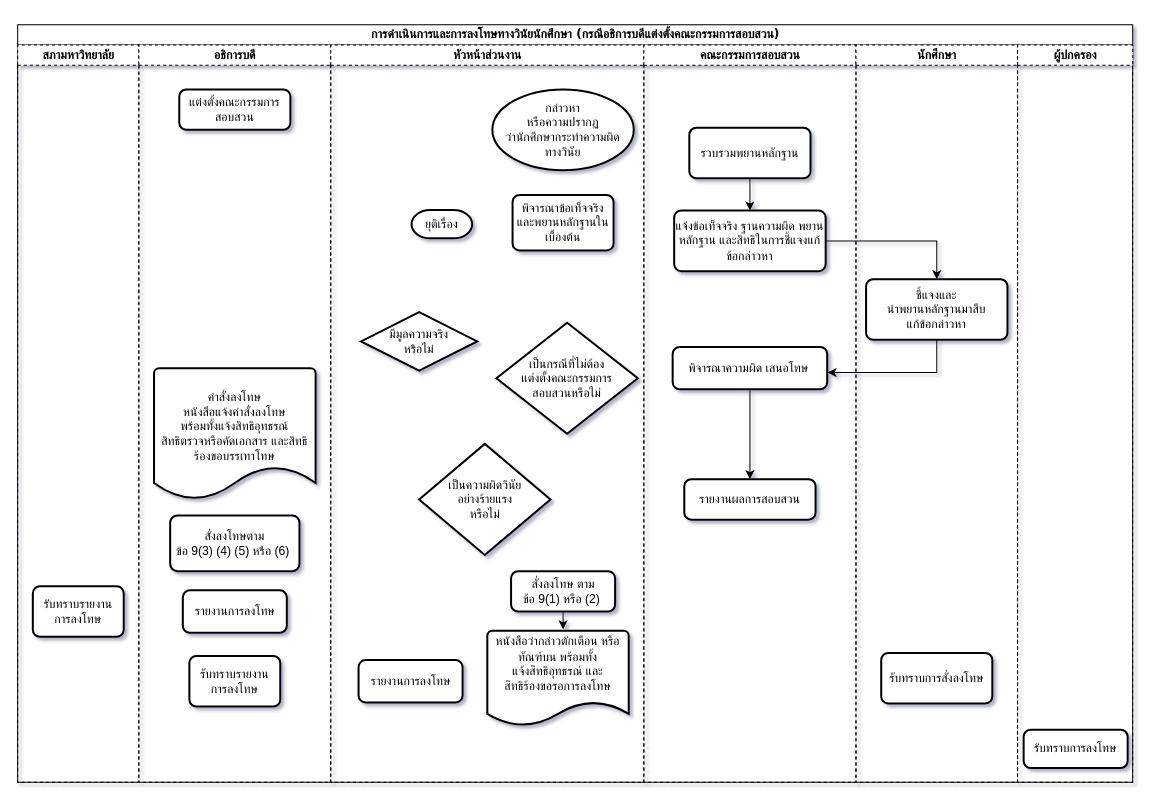
This is flow_vinai_president.drawio from ninjacharlee/test, a draw.io file, before an edit. Source tidied: cells renumbered, new cells numbered last; positions are measured from the earlier drawing's top-left corner, leaving out a move shared by most shapes. Both pictures are drawn from the tidied source at 101%, with x=0, y=0 at pixel (17, 24).
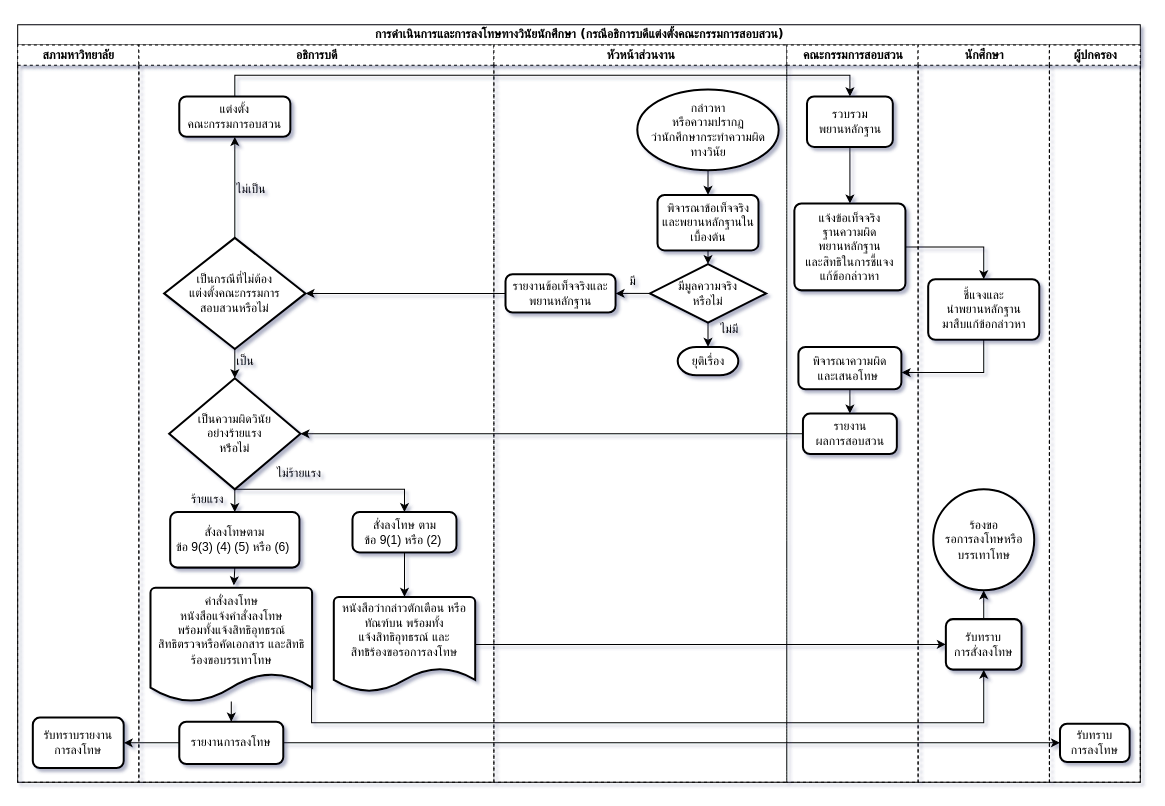
The same diagram, later.

Unchanged cells that the change refers to:
```xml
<mxCell id="3" value="สภามหาวิทยาลัย" style="swimlane;html=1;startSize=20;dashed=1;" parent="2" vertex="1">
  <mxGeometry y="20" width="120" height="730" as="geometry" />
</mxCell>
```

The edit, as a diff of the source:
```diff
@@
     <mxCell id="2" value="&lt;h2&gt;การดำเนินการและการลงโทษทางวินัยนักศึกษา (กรณีอธิการบดีแต่งตั้งคณะกรรมการสอบสวน)&lt;/h2&gt;" style="swimlane;html=1;startSize=20;rounded=0;shadow=0;labelBackgroundColor=none;strokeColor=#000000;strokeWidth=1;fillColor=#ffffff;fontFamily=Verdana;fontSize=8;fontColor=#000000;align=center;" parent="1" vertex="1">
-      <mxGeometry width="1104" height="750" as="geometry" />
+      <mxGeometry width="1111.5" height="750" as="geometry" />
     </mxCell>
@@
     <mxCell id="4" value="รับทราบรายงาน&lt;br&gt;การลงโทษ" style="rounded=1;whiteSpace=wrap;html=1;absoluteArcSize=1;arcSize=14;strokeWidth=2;shadow=0;glass=0;comic=0;gradientColor=none;" parent="3" vertex="1">
-      <mxGeometry x="15" y="536" width="90" height="50" as="geometry" />
+      <mxGeometry x="15" y="666" width="90" height="50" as="geometry" />
     </mxCell>
     <mxCell id="5" value="อธิการบดี" style="swimlane;html=1;startSize=20;dashed=1;" parent="2" vertex="1">
-      <mxGeometry x="120" y="20" width="190" height="730" as="geometry" />
+      <mxGeometry x="120" y="20" width="351.5" height="730" as="geometry" />
     </mxCell>
+    <mxCell id="36" style="edgeStyle=orthogonalEdgeStyle;rounded=0;jettySize=auto;html=1;exitX=0.5;exitY=1;exitDx=0;exitDy=0;entryX=0.516;entryY=-0.022;entryDx=0;entryDy=0;entryPerimeter=0;" parent="5" edge="1" source="6" target="7">
+      <mxGeometry relative="1" as="geometry" />
+    </mxCell>
     <mxCell id="6" value="สั่งลงโทษตาม&lt;br&gt;ข้อ 9(3) (4) (5) หรือ (6)&amp;nbsp;" style="rounded=1;whiteSpace=wrap;html=1;absoluteArcSize=1;arcSize=14;strokeWidth=2;" parent="5" vertex="1">
-      <mxGeometry x="31" y="466" width="128" height="55" as="geometry" />
+      <mxGeometry x="31" y="462.5" width="128" height="55" as="geometry" />
     </mxCell>
+    <mxCell id="37" style="edgeStyle=orthogonalEdgeStyle;rounded=0;jettySize=auto;html=1;" parent="5" edge="1" source="7" target="8">
+      <mxGeometry relative="1" as="geometry" />
+    </mxCell>
-    <mxCell id="7" value="คำสั่งลงโทษ&lt;br&gt;หนังสือแจ้งคำสั่งลงโทษ&lt;br&gt;พร้อมทั้งแจ้งสิทธิอุทธรณ์ &lt;br&gt;สิทธิตรวจหรือคัดเอกสาร และสิทธิร้องขอบรรเทาโทษ&lt;br&gt;&lt;br&gt;" style="strokeWidth=2;html=1;shape=mxgraph.flowchart.document2;whiteSpace=wrap;size=0.25;" parent="5" vertex="1">
-      <mxGeometry x="15" y="320" width="160" height="130" as="geometry" />
+    <mxCell id="7" value="คำสั่งลงโทษ&lt;br&gt;หนังสือแจ้งคำสั่งลงโทษ&lt;br&gt;พร้อมทั้งแจ้งสิทธิอุทธรณ์ &lt;br&gt;สิทธิตรวจหรือคัดเอกสาร และสิทธิร้องขอบรรเทาโทษ&lt;br&gt;&lt;br&gt;&lt;br&gt;" style="strokeWidth=2;html=1;shape=mxgraph.flowchart.document2;whiteSpace=wrap;size=0.25;" parent="5" vertex="1">
+      <mxGeometry x="11.5" y="537.5" width="160" height="113" as="geometry" />
     </mxCell>
     <mxCell id="8" value="รายงานการลงโทษ" style="rounded=1;whiteSpace=wrap;html=1;absoluteArcSize=1;arcSize=14;strokeWidth=2;shadow=0;glass=0;comic=0;gradientColor=none;" parent="5" vertex="1">
-      <mxGeometry x="43.5" y="540" width="103" height="42" as="geometry" />
+      <mxGeometry x="40" y="670" width="103" height="42" as="geometry" />
     </mxCell>
-    <mxCell id="9" value="รับทราบรายงาน&lt;br&gt;การลงโทษ" style="rounded=1;whiteSpace=wrap;html=1;absoluteArcSize=1;arcSize=14;strokeWidth=2;shadow=0;glass=0;comic=0;gradientColor=none;" parent="5" vertex="1">
-      <mxGeometry x="50" y="605" width="90" height="50" as="geometry" />
-    </mxCell>
-    <mxCell id="10" value="แต่งตั้งคณะกรรมการสอบสวน" style="rounded=1;whiteSpace=wrap;html=1;absoluteArcSize=1;arcSize=14;strokeWidth=2;shadow=0;glass=0;comic=0;gradientColor=none;" parent="5" vertex="1">
-      <mxGeometry x="40" y="44" width="110" height="40" as="geometry" />
+    <mxCell id="10" value="แต่งตั้ง&lt;br&gt;คณะกรรมการอบสวน" style="rounded=1;whiteSpace=wrap;html=1;absoluteArcSize=1;arcSize=14;strokeWidth=2;shadow=0;glass=0;comic=0;gradientColor=none;" parent="5" vertex="1">
+      <mxGeometry x="40" y="51" width="110" height="40" as="geometry" />
     </mxCell>
+    <mxCell id="38" style="edgeStyle=orthogonalEdgeStyle;rounded=0;jettySize=auto;html=1;exitX=0.5;exitY=0;exitDx=0;exitDy=0;exitPerimeter=0;entryX=0.5;entryY=1;entryDx=0;entryDy=0;" parent="5" edge="1" source="16" target="10">
+      <mxGeometry relative="1" as="geometry" />
+    </mxCell>
+    <mxCell id="39" style="edgeStyle=orthogonalEdgeStyle;rounded=0;jettySize=auto;html=1;entryX=0.5;entryY=0;entryDx=0;entryDy=0;entryPerimeter=0;" parent="5" edge="1" source="16" target="17">
+      <mxGeometry relative="1" as="geometry" />
+    </mxCell>
+    <mxCell id="16" value="เป็นกรณีที่ไม่ต้อง&lt;br&gt;แต่งตั้งคณะกรรมการ&lt;br&gt;สอบสวนหรือไม่" style="strokeWidth=2;html=1;shape=mxgraph.flowchart.decision;whiteSpace=wrap;" parent="5" vertex="1">
+      <mxGeometry x="25" y="191" width="140" height="110" as="geometry" />
+    </mxCell>
+    <mxCell id="40" style="edgeStyle=orthogonalEdgeStyle;rounded=0;jettySize=auto;html=1;entryX=0.5;entryY=0;entryDx=0;entryDy=0;" parent="5" edge="1" source="17" target="6">
+      <mxGeometry relative="1" as="geometry" />
+    </mxCell>
+    <mxCell id="17" value="เป็นความผิดวินัย&lt;br&gt;อย่างร้ายแรง&lt;br&gt;หรือไม่" style="strokeWidth=2;html=1;shape=mxgraph.flowchart.decision;whiteSpace=wrap;" parent="5" vertex="1">
+      <mxGeometry x="30" y="330" width="130" height="110" as="geometry" />
+    </mxCell>
+    <mxCell id="41" value="ร้ายแรง" style="text;html=1;align=left;verticalAlign=top;spacingTop=-4;" parent="5" vertex="1">
+      <mxGeometry x="50" y="440" width="50" height="20" as="geometry" />
+    </mxCell>
+    <mxCell id="19" value="สั่งลงโทษ ตาม&lt;br&gt;ข้อ 9(1) หรือ (2)&amp;nbsp;" style="rounded=1;whiteSpace=wrap;html=1;absoluteArcSize=1;arcSize=14;strokeWidth=2;" parent="5" vertex="1">
+      <mxGeometry x="211.5" y="462.5" width="103" height="40" as="geometry" />
+    </mxCell>
+    <mxCell id="42" style="edgeStyle=orthogonalEdgeStyle;rounded=0;jettySize=auto;html=1;exitX=0.5;exitY=1;exitDx=0;exitDy=0;exitPerimeter=0;entryX=0.5;entryY=0;entryDx=0;entryDy=0;" parent="5" edge="1" source="17" target="19">
+      <mxGeometry relative="1" as="geometry">
+        <Array as="points">
+          <mxPoint x="263" y="440" />
+        </Array>
+      </mxGeometry>
+    </mxCell>
+    <mxCell id="20" value="หนังสือว่ากล่าวตักเตือน หรือทัณฑ์บน พร้อมทั้ง&lt;br&gt;แจ้งสิทธิอุทธรณ์ และ&lt;br&gt;สิทธิร้องขอรอการลงโทษ&lt;br&gt;&lt;br&gt;&lt;br&gt;" style="strokeWidth=2;html=1;shape=mxgraph.flowchart.document2;whiteSpace=wrap;size=0.25;rounded=0;shadow=0;glass=0;comic=0;gradientColor=none;" parent="5" vertex="1">
+      <mxGeometry x="193" y="546.5" width="140" height="94" as="geometry" />
+    </mxCell>
+    <mxCell id="18" style="edgeStyle=orthogonalEdgeStyle;rounded=0;jettySize=auto;html=1;exitX=0.5;exitY=1;exitDx=0;exitDy=0;" parent="5" edge="1" source="19" target="20">
+      <mxGeometry relative="1" as="geometry" />
+    </mxCell>
+    <mxCell id="43" value="เป็น" style="text;html=1;align=left;verticalAlign=top;spacingTop=-4;" parent="5" vertex="1">
+      <mxGeometry x="95" y="303" width="30" height="20" as="geometry" />
+    </mxCell>
+    <mxCell id="44" value="ไม่เป็น" style="text;html=1;align=left;verticalAlign=top;spacingTop=-4;" parent="5" vertex="1">
+      <mxGeometry x="95" y="133" width="50" height="20" as="geometry" />
+    </mxCell>
-    <mxCell id="11" value="หัวหน้าส่วนงาน" style="swimlane;html=1;startSize=20;dashed=1;" parent="2" vertex="1">
-      <mxGeometry x="310" y="20" width="310" height="730" as="geometry" />
+    <mxCell id="11" value="หัวหน้าส่วนงาน" style="swimlane;html=1;startSize=20;dashed=1;noLabel=0;overflow=visible;direction=east;rounded=0;shadow=0;glass=0;comic=0;gradientColor=none;labelBackgroundColor=none;labelBorderColor=none;fixDash=0;" parent="2" vertex="1">
+      <mxGeometry x="471.5" y="20" width="290" height="730" as="geometry" />
     </mxCell>
+    <mxCell id="45" style="edgeStyle=orthogonalEdgeStyle;rounded=0;jettySize=auto;html=1;entryX=0.5;entryY=0;entryDx=0;entryDy=0;" parent="11" edge="1" source="12" target="13">
+      <mxGeometry relative="1" as="geometry" />
+    </mxCell>
     <mxCell id="12" value="กล่าวหา&lt;br&gt;หรือความปรากฏ&lt;br&gt;ว่านักศึกษากระทำความผิด&lt;br&gt;ทางวินัย" style="strokeWidth=2;html=1;shape=mxgraph.flowchart.start_1;whiteSpace=wrap;" parent="11" vertex="1">
-      <mxGeometry x="160" y="44" width="140" height="80" as="geometry" />
+      <mxGeometry x="142" y="44" width="140" height="80" as="geometry" />
     </mxCell>
+    <mxCell id="46" style="edgeStyle=orthogonalEdgeStyle;rounded=0;jettySize=auto;html=1;exitX=0.5;exitY=1;exitDx=0;exitDy=0;entryX=0.5;entryY=0;entryDx=0;entryDy=0;entryPerimeter=0;" parent="11" edge="1" source="13" target="14">
+      <mxGeometry relative="1" as="geometry" />
+    </mxCell>
     <mxCell id="13" value="พิจารณาข้อเท็จจริงและพยานหลักฐานในเบื้องต้น" style="rounded=1;whiteSpace=wrap;html=1;absoluteArcSize=1;arcSize=14;strokeWidth=2;" parent="11" vertex="1">
-      <mxGeometry x="180" y="148.5" width="100" height="55" as="geometry" />
+      <mxGeometry x="162" y="148.5" width="100" height="55" as="geometry" />
     </mxCell>
+    <mxCell id="47" style="edgeStyle=orthogonalEdgeStyle;rounded=0;jettySize=auto;html=1;exitX=0.5;exitY=1;exitDx=0;exitDy=0;exitPerimeter=0;entryX=0.5;entryY=0;entryDx=0;entryDy=0;entryPerimeter=0;" parent="11" edge="1" source="14" target="15">
+      <mxGeometry relative="1" as="geometry" />
+    </mxCell>
+    <mxCell id="48" style="edgeStyle=orthogonalEdgeStyle;rounded=0;jettySize=auto;html=1;exitX=0;exitY=0.5;exitDx=0;exitDy=0;exitPerimeter=0;entryX=1;entryY=0.5;entryDx=0;entryDy=0;" parent="11" edge="1" source="14" target="49">
+      <mxGeometry relative="1" as="geometry" />
+    </mxCell>
     <mxCell id="14" value="มีมูลความจริง&lt;br&gt;หรือไม่" style="strokeWidth=2;html=1;shape=mxgraph.flowchart.decision;whiteSpace=wrap;" parent="11" vertex="1">
-      <mxGeometry x="30" y="264.5" width="115" height="58" as="geometry" />
+      <mxGeometry x="154.5" y="217" width="115" height="58" as="geometry" />
     </mxCell>
     <mxCell id="15" value="ยุติเรื่อง" style="strokeWidth=2;html=1;shape=mxgraph.flowchart.terminator;whiteSpace=wrap;" parent="11" vertex="1">
-      <mxGeometry x="80" y="163.5" width="60" height="28" as="geometry" />
+      <mxGeometry x="182" y="299" width="60" height="28" as="geometry" />
     </mxCell>
-    <mxCell id="16" value="เป็นกรณีที่ไม่ต้อง&lt;br&gt;แต่งตั้งคณะกรรมการ&lt;br&gt;สอบสวนหรือไม่" style="strokeWidth=2;html=1;shape=mxgraph.flowchart.decision;whiteSpace=wrap;" parent="11" vertex="1">
-      <mxGeometry x="164" y="275" width="140" height="110" as="geometry" />
-    </mxCell>
-    <mxCell id="17" value="เป็นความผิดวินัย&lt;br&gt;อย่างร้ายแรง&lt;br&gt;หรือไม่" style="strokeWidth=2;html=1;shape=mxgraph.flowchart.decision;whiteSpace=wrap;" parent="11" vertex="1">
-      <mxGeometry x="87.5" y="395" width="130" height="110" as="geometry" />
-    </mxCell>
-    <mxCell id="18" style="edgeStyle=orthogonalEdgeStyle;rounded=0;jettySize=auto;html=1;exitX=0.5;exitY=1;exitDx=0;exitDy=0;entryX=0.536;entryY=-0.014;entryDx=0;entryDy=0;entryPerimeter=0;" parent="11" edge="1" source="19" target="20">
-      <mxGeometry relative="1" as="geometry" />
-    </mxCell>
-    <mxCell id="19" value="สั่งลงโทษ ตาม&lt;br&gt;ข้อ 9(1) หรือ (2)&amp;nbsp;" style="rounded=1;whiteSpace=wrap;html=1;absoluteArcSize=1;arcSize=14;strokeWidth=2;" parent="11" vertex="1">
-      <mxGeometry x="178.5" y="521" width="103" height="40" as="geometry" />
-    </mxCell>
-    <mxCell id="20" value="หนังสือว่ากล่าวตักเตือน หรือทัณฑ์บน พร้อมทั้ง&lt;br&gt;แจ้งสิทธิอุทธรณ์ และ&lt;br&gt;สิทธิร้องขอรอการลงโทษ&lt;br&gt;&lt;br&gt;&lt;br&gt;" style="strokeWidth=2;html=1;shape=mxgraph.flowchart.document2;whiteSpace=wrap;size=0.25;rounded=0;shadow=0;glass=0;comic=0;gradientColor=none;" parent="11" vertex="1">
-      <mxGeometry x="155" y="580" width="140" height="94" as="geometry" />
-    </mxCell>
-    <mxCell id="21" value="รายงานการลงโทษ" style="rounded=1;whiteSpace=wrap;html=1;absoluteArcSize=1;arcSize=14;strokeWidth=2;shadow=0;glass=0;comic=0;gradientColor=none;" parent="11" vertex="1">
-      <mxGeometry x="27.5" y="609" width="103" height="42" as="geometry" />
-    </mxCell>
+    <mxCell id="49" value="รายงานข้อเท็จจริงและพยานหลักฐาน" style="rounded=1;whiteSpace=wrap;html=1;absoluteArcSize=1;arcSize=14;strokeWidth=2;" parent="11" vertex="1">
+      <mxGeometry x="11.5" y="227" width="109" height="38" as="geometry" />
+    </mxCell>
+    <mxCell id="50" value="มี" style="text;html=1;align=left;verticalAlign=top;spacingTop=-4;" parent="11" vertex="1">
+      <mxGeometry x="132" y="224" width="20" height="20" as="geometry" />
+    </mxCell>
+    <mxCell id="51" value="ไม่มี" style="text;html=1;align=left;verticalAlign=top;spacingTop=-4;" parent="11" vertex="1">
+      <mxGeometry x="222" y="272" width="40" height="20" as="geometry" />
+    </mxCell>
     <mxCell id="22" value="คณะกรรมการสอบสวน" style="swimlane;html=1;startSize=20;dashed=1;" parent="2" vertex="1">
-      <mxGeometry x="620" y="20" width="210" height="730" as="geometry" />
+      <mxGeometry x="761.5" y="20" width="130" height="730" as="geometry" />
     </mxCell>
@@
-    <mxCell id="24" value="รวบรวมพยานหลักฐาน" style="rounded=1;whiteSpace=wrap;html=1;absoluteArcSize=1;arcSize=14;strokeWidth=2;" parent="22" vertex="1">
-      <mxGeometry x="45" y="82" width="120" height="50" as="geometry" />
+    <mxCell id="24" value="รวบรวม&lt;br&gt;พยานหลักฐาน" style="rounded=1;whiteSpace=wrap;html=1;absoluteArcSize=1;arcSize=14;strokeWidth=2;" parent="22" vertex="1">
+      <mxGeometry x="20" y="51" width="85" height="50" as="geometry" />
     </mxCell>
-    <mxCell id="25" value="แจ้งข้อเท็จจริง ฐานความผิด พยานหลักฐาน และสิทธิในการชี้แจงแก้ข้อกล่าวหา" style="rounded=1;whiteSpace=wrap;html=1;absoluteArcSize=1;arcSize=14;strokeWidth=2;" parent="22" vertex="1">
-      <mxGeometry x="30" y="164" width="150" height="60" as="geometry" />
+    <mxCell id="25" value="แจ้งข้อเท็จจริง &lt;br&gt;ฐานความผิด &lt;br&gt;พยานหลักฐาน &lt;br&gt;และสิทธิในการชี้แจง&lt;br&gt;แก้ข้อกล่าวหา" style="rounded=1;whiteSpace=wrap;html=1;absoluteArcSize=1;arcSize=14;strokeWidth=2;" parent="22" vertex="1">
+      <mxGeometry x="7.5" y="157" width="110" height="86" as="geometry" />
     </mxCell>
@@
-    <mxCell id="27" value="พิจารณาความผิด เสนอโทษ&amp;nbsp;" style="rounded=1;whiteSpace=wrap;html=1;absoluteArcSize=1;arcSize=14;strokeWidth=2;" parent="22" vertex="1">
-      <mxGeometry x="28.5" y="299" width="153" height="42" as="geometry" />
+    <mxCell id="27" value="พิจารณาความผิด &lt;br&gt;และเสนอโทษ&amp;nbsp;" style="rounded=1;whiteSpace=wrap;html=1;absoluteArcSize=1;arcSize=14;strokeWidth=2;" parent="22" vertex="1">
+      <mxGeometry x="11.5" y="299" width="102" height="42" as="geometry" />
     </mxCell>
-    <mxCell id="28" value="รายงานผลการสอบสวน" style="rounded=1;whiteSpace=wrap;html=1;absoluteArcSize=1;arcSize=14;strokeWidth=2;" parent="22" vertex="1">
-      <mxGeometry x="40" y="430" width="130" height="40" as="geometry" />
+    <mxCell id="28" value="รายงาน&lt;br&gt;ผลการสอบสวน" style="rounded=1;whiteSpace=wrap;html=1;absoluteArcSize=1;arcSize=14;strokeWidth=2;" parent="22" vertex="1">
+      <mxGeometry x="16" y="365" width="93" height="40" as="geometry" />
     </mxCell>
     <mxCell id="29" value="นักศึกษา" style="swimlane;html=1;startSize=20;dashed=1;" parent="2" vertex="1">
-      <mxGeometry x="830" y="20" width="160" height="730" as="geometry" />
+      <mxGeometry x="891.5" y="20" width="130" height="730" as="geometry" />
     </mxCell>
-    <mxCell id="30" value="ชี้แจงและ&lt;br&gt;นำพยานหลักฐานมาสืบ&lt;br&gt;แก้ข้อกล่าวหา" style="rounded=1;whiteSpace=wrap;html=1;absoluteArcSize=1;arcSize=14;strokeWidth=2;" parent="29" vertex="1">
-      <mxGeometry x="10" y="232" width="140" height="60" as="geometry" />
+    <mxCell id="30" value="ชี้แจงและ&lt;br&gt;นำพยานหลักฐาน&lt;br&gt;มาสืบแก้ข้อกล่าวหา" style="rounded=1;whiteSpace=wrap;html=1;absoluteArcSize=1;arcSize=14;strokeWidth=2;" parent="29" vertex="1">
+      <mxGeometry x="10" y="232" width="110" height="60" as="geometry" />
     </mxCell>
-    <mxCell id="31" value="รับทราบการสั่งลงโทษ" style="rounded=1;whiteSpace=wrap;html=1;absoluteArcSize=1;arcSize=14;strokeWidth=2;shadow=0;glass=0;comic=0;gradientColor=none;" parent="29" vertex="1">
-      <mxGeometry x="25" y="602" width="110" height="50" as="geometry" />
+    <mxCell id="31" value="รับทราบ&lt;br&gt;การสั่งลงโทษ" style="rounded=1;whiteSpace=wrap;html=1;absoluteArcSize=1;arcSize=14;strokeWidth=2;shadow=0;glass=0;comic=0;gradientColor=none;" parent="29" vertex="1">
+      <mxGeometry x="27.5" y="568.5" width="75" height="50" as="geometry" />
     </mxCell>
     <mxCell id="32" value="ผู้ปกครอง" style="swimlane;html=1;startSize=20;dashed=1;gradientColor=none;rounded=0;swimlaneLine=1;glass=0;comic=0;shadow=0;" parent="2" vertex="1">
-      <mxGeometry x="990" y="20" width="114" height="730" as="geometry" />
+      <mxGeometry x="1021.5" y="20" width="90" height="730" as="geometry" />
     </mxCell>
-    <mxCell id="33" value="รับทราบการลงโทษ" style="rounded=1;whiteSpace=wrap;html=1;absoluteArcSize=1;arcSize=14;strokeWidth=2;shadow=0;glass=0;comic=0;gradientColor=none;" parent="32" vertex="1">
-      <mxGeometry x="6" y="678" width="103" height="38" as="geometry" />
+    <mxCell id="33" value="รับทราบ&lt;br&gt;การลงโทษ" style="rounded=1;whiteSpace=wrap;html=1;absoluteArcSize=1;arcSize=14;strokeWidth=2;shadow=0;glass=0;comic=0;gradientColor=none;" parent="32" vertex="1">
+      <mxGeometry x="10.5" y="672" width="69" height="38" as="geometry" />
     </mxCell>
@@
+    <mxCell id="52" style="edgeStyle=orthogonalEdgeStyle;rounded=0;jettySize=auto;html=1;entryX=1;entryY=0.5;entryDx=0;entryDy=0;entryPerimeter=0;" parent="2" edge="1" source="49" target="16">
+      <mxGeometry relative="1" as="geometry" />
+    </mxCell>
+    <mxCell id="53" style="edgeStyle=orthogonalEdgeStyle;rounded=0;jettySize=auto;html=1;exitX=0.5;exitY=0;exitDx=0;exitDy=0;entryX=0.5;entryY=0;entryDx=0;entryDy=0;" parent="2" edge="1" source="10" target="24">
+      <mxGeometry relative="1" as="geometry">
+        <Array as="points">
+          <mxPoint x="215" y="50" />
+          <mxPoint x="824" y="50" />
+        </Array>
+      </mxGeometry>
+    </mxCell>
+    <mxCell id="54" style="edgeStyle=orthogonalEdgeStyle;rounded=0;jettySize=auto;html=1;entryX=1;entryY=0.5;entryDx=0;entryDy=0;entryPerimeter=0;" parent="2" edge="1" source="28" target="17">
+      <mxGeometry relative="1" as="geometry" />
+    </mxCell>
+    <mxCell id="55" style="edgeStyle=orthogonalEdgeStyle;rounded=0;jettySize=auto;html=1;exitX=0;exitY=0.5;exitDx=0;exitDy=0;entryX=1;entryY=0.5;entryDx=0;entryDy=0;" parent="2" edge="1" source="8" target="4">
+      <mxGeometry relative="1" as="geometry" />
+    </mxCell>
+    <mxCell id="56" style="edgeStyle=orthogonalEdgeStyle;rounded=0;jettySize=auto;html=1;exitX=1;exitY=0.5;exitDx=0;exitDy=0;entryX=0;entryY=0.5;entryDx=0;entryDy=0;" parent="2" edge="1" source="8" target="33">
+      <mxGeometry relative="1" as="geometry" />
+    </mxCell>
+    <mxCell id="57" style="edgeStyle=orthogonalEdgeStyle;rounded=0;jettySize=auto;html=1;entryX=0.5;entryY=1;entryDx=0;entryDy=0;exitX=0.997;exitY=0.863;exitDx=0;exitDy=0;exitPerimeter=0;" parent="2" edge="1" source="7" target="31">
+      <mxGeometry relative="1" as="geometry">
+        <Array as="points">
+          <mxPoint x="291" y="691" />
+          <mxPoint x="957" y="691" />
+        </Array>
+      </mxGeometry>
+    </mxCell>
+    <mxCell id="58" style="edgeStyle=orthogonalEdgeStyle;rounded=0;jettySize=auto;html=1;entryX=0;entryY=0.5;entryDx=0;entryDy=0;" parent="2" edge="1" source="20" target="31">
+      <mxGeometry relative="1" as="geometry" />
+    </mxCell>
+    <mxCell id="59" value="ไม่ร้ายแรง" style="text;html=1;align=left;verticalAlign=top;spacingTop=-4;" parent="1" vertex="1">
+      <mxGeometry x="255" y="434" width="60" height="20" as="geometry" />
+    </mxCell>
+    <mxCell id="60" value="ร้องขอ&lt;br&gt;รอการลงโทษหรือบรรเทาโทษ" style="strokeWidth=2;html=1;shape=mxgraph.flowchart.start_2;whiteSpace=wrap;" parent="1" vertex="1">
+      <mxGeometry x="906.5" y="460" width="100" height="100" as="geometry" />
+    </mxCell>
+    <mxCell id="61" style="edgeStyle=orthogonalEdgeStyle;rounded=0;jettySize=auto;html=1;exitX=0.5;exitY=0;exitDx=0;exitDy=0;entryX=0.5;entryY=1;entryDx=0;entryDy=0;entryPerimeter=0;" parent="1" edge="1" source="31" target="60">
+      <mxGeometry relative="1" as="geometry" />
+    </mxCell>
```
